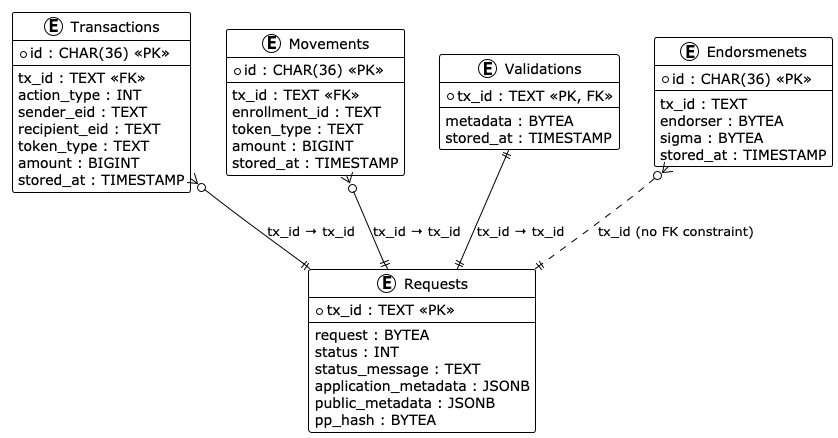
The PlantUML diagram docs/imgs/ttxdb.png in hyperledger-labs/fabric-token-sdk, before a commit. The source it was exported from:
```plantuml
@startuml
!theme plain

entity "Requests" as requests {
    * tx_id : TEXT <<PK>>
    --
    request : BYTEA
    status : INT
    status_message : TEXT
    application_metadata : JSONB
    public_metadata : JSONB
    pp_hash : BYTEA
}

entity "Transactions" as txs {
    * id : CHAR(36) <<PK>>
    --
    tx_id : TEXT <<FK>>
    action_type : INT
    sender_eid : TEXT
    recipient_eid : TEXT
    token_type : TEXT
    amount : BIGINT
    stored_at : TIMESTAMP
}

entity "Movements" as movements {
    * id : CHAR(36) <<PK>>
    --
    tx_id : TEXT <<FK>>
    enrollment_id : TEXT
    token_type : TEXT
    amount : BIGINT
    stored_at : TIMESTAMP
}

entity "Validations" as req_vals {
    * tx_id : TEXT <<PK, FK>>
    --
    metadata : BYTEA
    stored_at : TIMESTAMP
}

entity "Endorsmenets" as tx_ends {
    * id : CHAR(36) <<PK>>
    --
    tx_id : TEXT
    endorser : BYTEA
    sigma : BYTEA
    stored_at : TIMESTAMP
}

txs }o--|| requests : "tx_id → tx_id"
movements }o--|| requests : "tx_id → tx_id"
req_vals ||--|| requests : "tx_id → tx_id"
tx_ends }o..|| requests : "tx_id (no FK constraint)"
@enduml
```
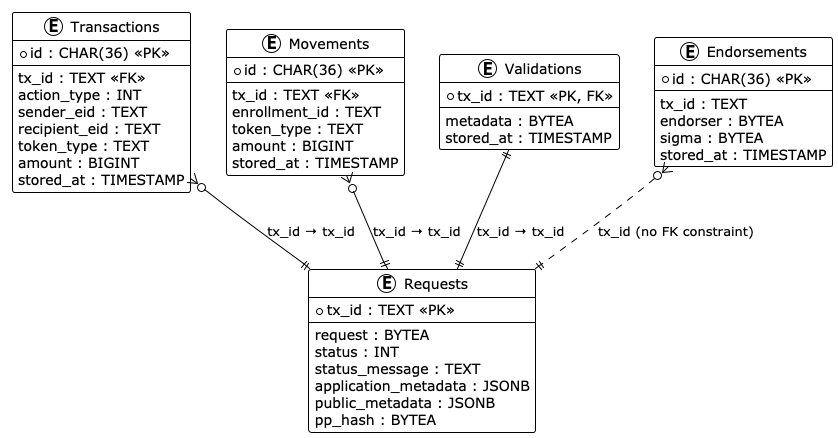
The same file after the commit.

Diff of the diagram source:
```diff
@@ -41,7 +41,7 @@
     stored_at : TIMESTAMP
 }
 
-entity "Endorsmenets" as tx_ends {
+entity "Endorsements" as tx_ends {
     * id : CHAR(36) <<PK>>
     --
     tx_id : TEXT
```
